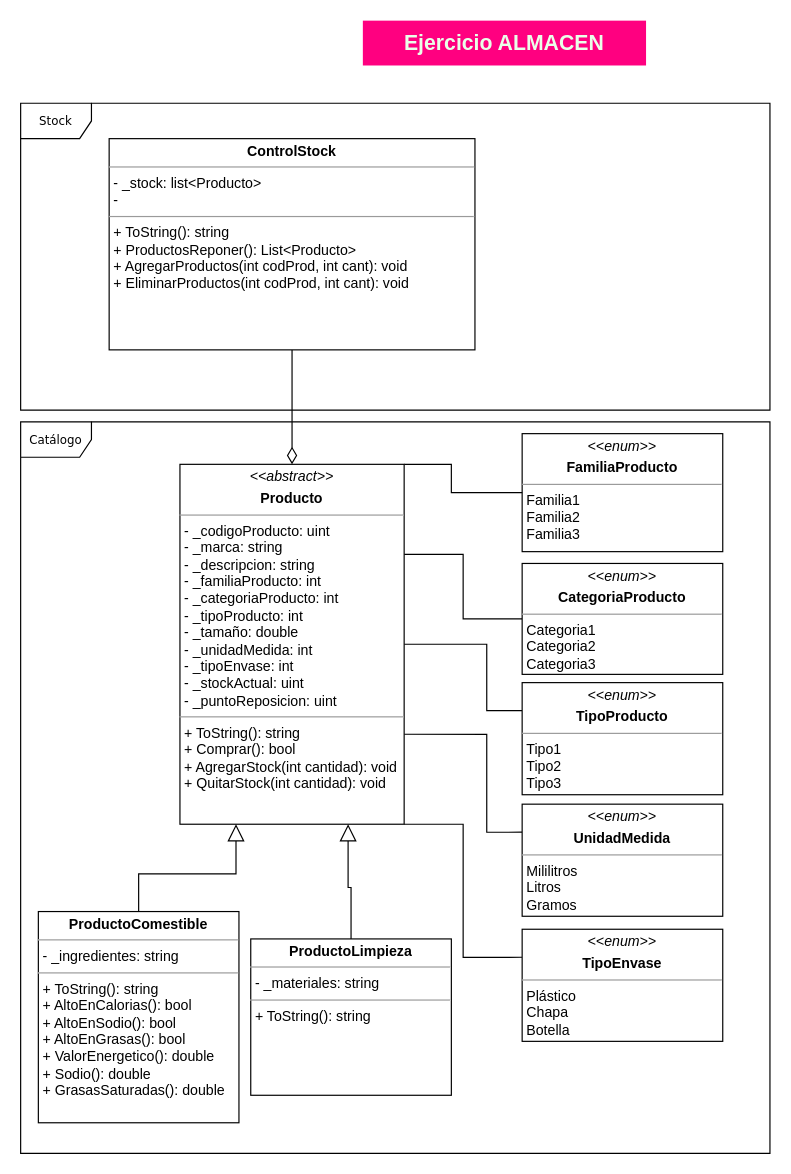
Above: Almacen-UML.drawio in cheloscar/CAI_05-EjercicioAlmacen (draw.io), before the change. Source tidied: cells renumbered, new cells numbered last; positions are measured from the earlier drawing's top-left corner, leaving out a move shared by most shapes. Both pictures are drawn from the tidied source at 118%, with x=0, y=0 at pixel (20, 20).
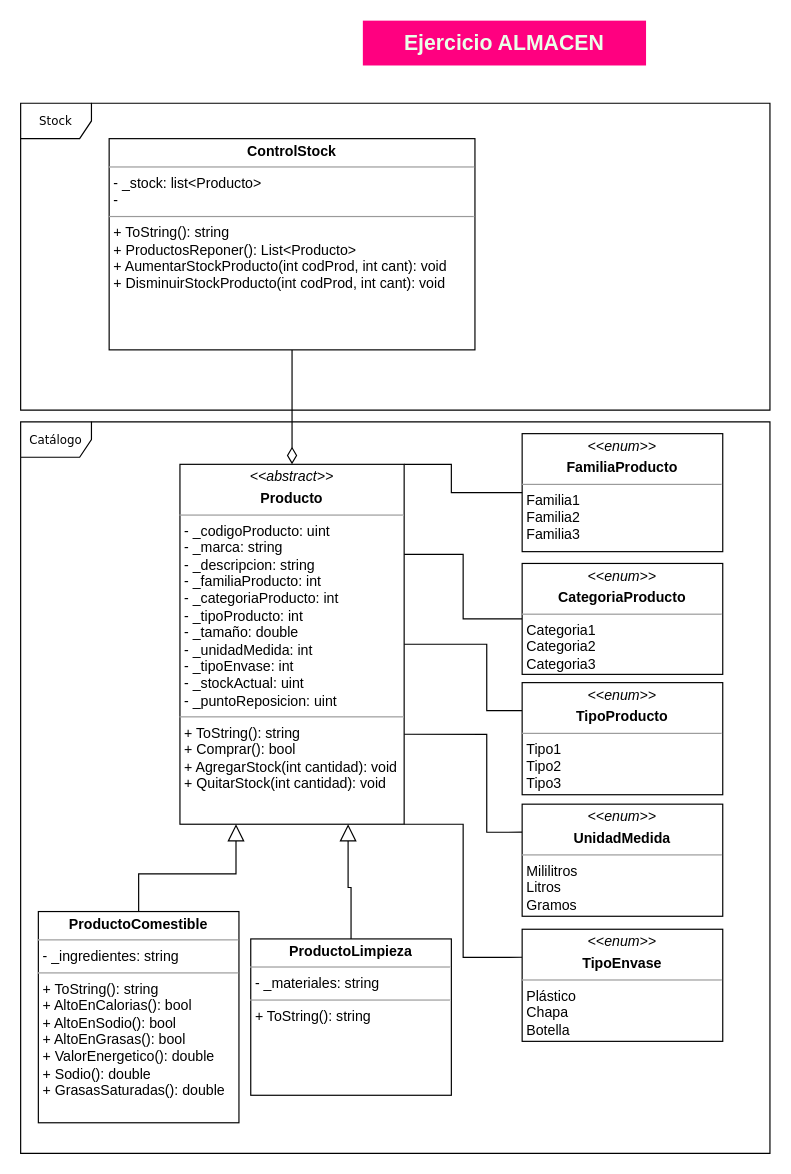
After the change.

Commit message (it also covers changes not shown here):
Imagen UML Actualizada

Change to the diagram source:
```diff
@@
-    <mxCell id="19" value="&lt;p style=&quot;margin: 0px ; margin-top: 4px ; text-align: center&quot;&gt;&lt;b&gt;ControlStock&lt;/b&gt;&lt;/p&gt;&lt;hr size=&quot;1&quot;&gt;&lt;p style=&quot;margin: 0px ; margin-left: 4px&quot;&gt;&lt;span&gt;- _stock: list&amp;lt;Producto&amp;gt;&lt;/span&gt;&lt;br&gt;&lt;/p&gt;&lt;p style=&quot;margin: 0px ; margin-left: 4px&quot;&gt;-&amp;nbsp;&lt;br&gt;&lt;/p&gt;&lt;hr size=&quot;1&quot;&gt;&lt;p style=&quot;margin: 0px ; margin-left: 4px&quot;&gt;+ ToString(): string&lt;/p&gt;&lt;p style=&quot;margin: 0px ; margin-left: 4px&quot;&gt;+ ProductosReponer(): List&amp;lt;Producto&amp;gt;&lt;/p&gt;&lt;p style=&quot;margin: 0px ; margin-left: 4px&quot;&gt;+ AgregarProductos(int codProd, int cant): void&lt;/p&gt;&lt;p style=&quot;margin: 0px ; margin-left: 4px&quot;&gt;+ EliminarProductos(int codProd, int cant): void&lt;/p&gt;" style="verticalAlign=top;align=left;overflow=fill;fontSize=12;fontFamily=Helvetica;html=1;rounded=0;shadow=0;comic=0;labelBackgroundColor=none;strokeWidth=1;" parent="1" vertex="1">
+    <mxCell id="19" value="&lt;p style=&quot;margin: 0px ; margin-top: 4px ; text-align: center&quot;&gt;&lt;b&gt;ControlStock&lt;/b&gt;&lt;/p&gt;&lt;hr size=&quot;1&quot;&gt;&lt;p style=&quot;margin: 0px ; margin-left: 4px&quot;&gt;&lt;span&gt;- _stock: list&amp;lt;Producto&amp;gt;&lt;/span&gt;&lt;br&gt;&lt;/p&gt;&lt;p style=&quot;margin: 0px ; margin-left: 4px&quot;&gt;-&amp;nbsp;&lt;br&gt;&lt;/p&gt;&lt;hr size=&quot;1&quot;&gt;&lt;p style=&quot;margin: 0px ; margin-left: 4px&quot;&gt;+ ToString(): string&lt;/p&gt;&lt;p style=&quot;margin: 0px ; margin-left: 4px&quot;&gt;+ ProductosReponer(): List&amp;lt;Producto&amp;gt;&lt;/p&gt;&lt;p style=&quot;margin: 0px ; margin-left: 4px&quot;&gt;+ AumentarStockProducto(int codProd, int cant): void&lt;/p&gt;&lt;p style=&quot;margin: 0px ; margin-left: 4px&quot;&gt;+ DisminuirStockProducto(int codProd, int cant): void&lt;/p&gt;" style="verticalAlign=top;align=left;overflow=fill;fontSize=12;fontFamily=Helvetica;html=1;rounded=0;shadow=0;comic=0;labelBackgroundColor=none;strokeWidth=1;" parent="1" vertex="1">
       <mxGeometry x="75" y="100" width="310" height="179" as="geometry" />
     </mxCell>
```
